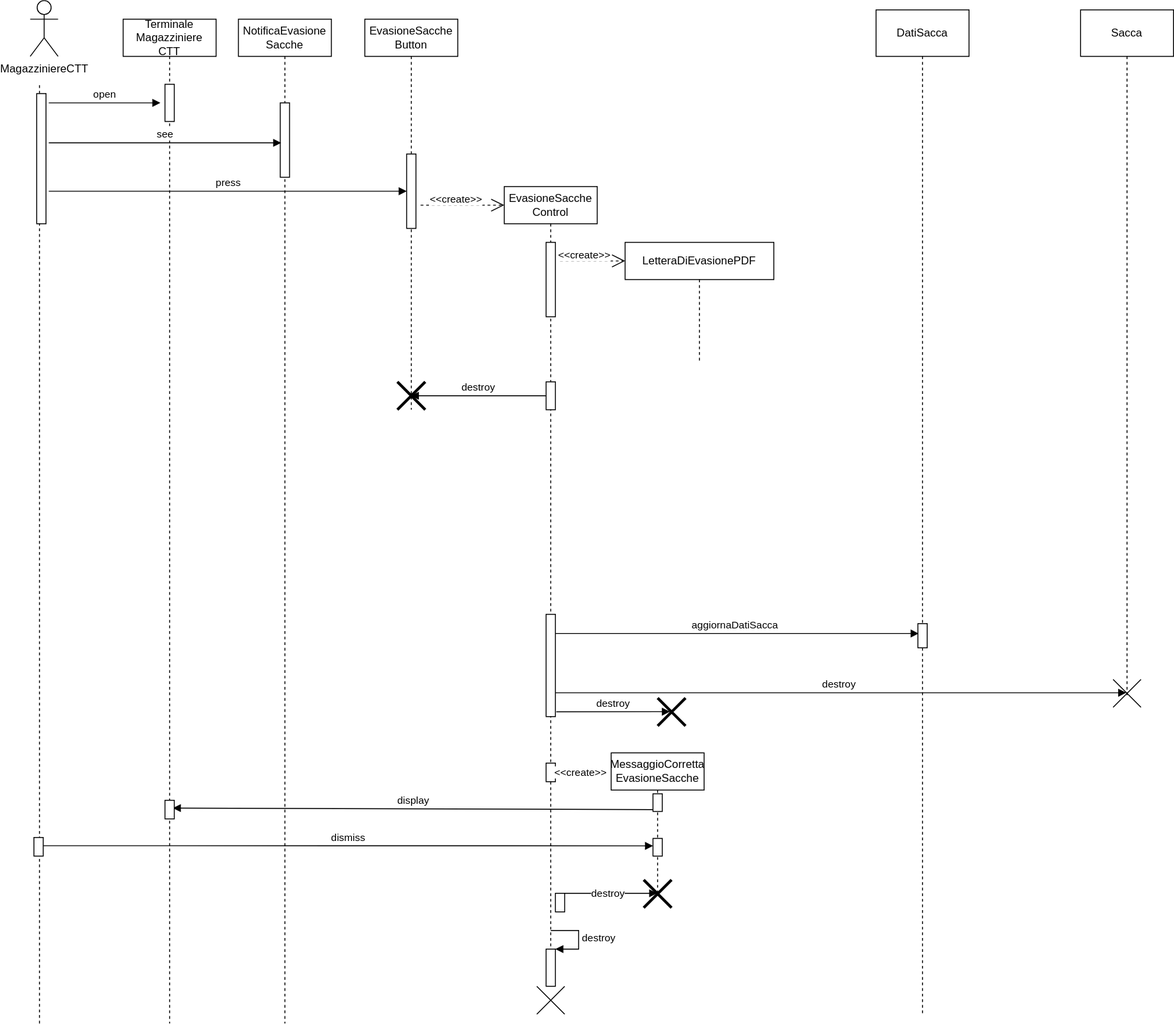
MarcoRuta/Sistema-gestione-CCS-CTT-UnaRegione keeps this draw.io diagram as System Definition/Editabili/Sequence diagrams/.svg/EvasioneSacche.svg. Above is the earlier version. Source tidied: cells renumbered, new cells last; positions are measured from the earlier drawing's top-left corner, leaving out a move shared by most shapes.
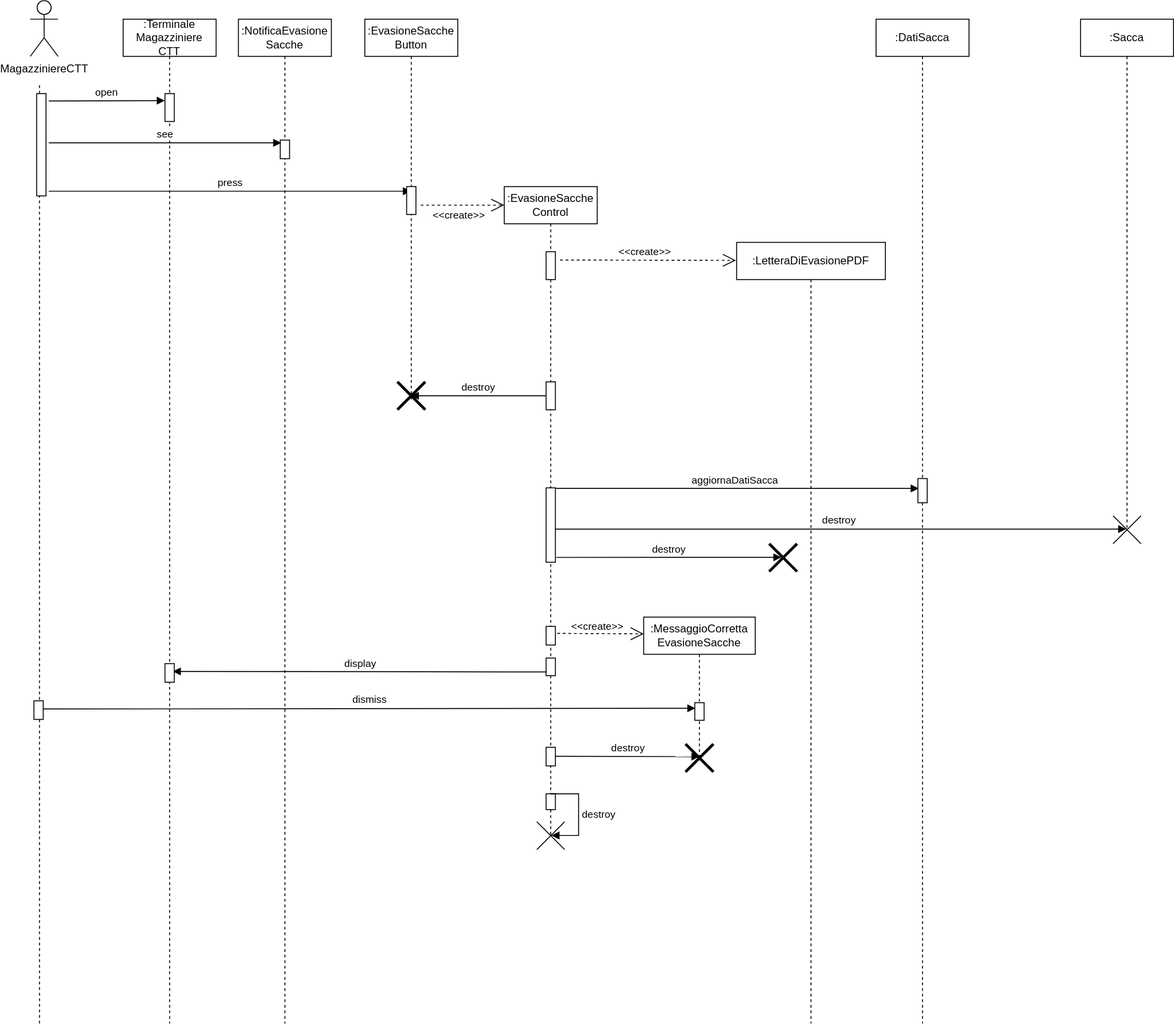
Above is the later version.

The edit, as a diff of the source:
```diff
@@ -2,17 +2,21 @@
   <root>
     <mxCell id="0" />
     <mxCell id="1" parent="0" />
-    <mxCell id="2" value="destroy" style="html=1;verticalAlign=bottom;endArrow=block;entryX=0.469;entryY=0.478;entryDx=0;entryDy=0;entryPerimeter=0;" parent="1" edge="1" source="21" target="42">
-      <mxGeometry relative="1" as="geometry" />
+    <mxCell id="2" value="destroy" style="html=1;verticalAlign=bottom;endArrow=block;entryX=0.469;entryY=0.478;entryDx=0;entryDy=0;entryPerimeter=0;" parent="1" edge="1" target="42">
+      <mxGeometry relative="1" as="geometry">
+        <mxPoint x="559.5" y="568.3" as="sourcePoint" />
+      </mxGeometry>
     </mxCell>
-    <mxCell id="3" value="aggiornaDatiSacca" style="html=1;verticalAlign=bottom;endArrow=block;entryX=0.08;entryY=0.408;entryDx=0;entryDy=0;entryPerimeter=0;" parent="1" edge="1" source="21" target="40">
-      <mxGeometry relative="1" as="geometry" />
+    <mxCell id="3" value="aggiornaDatiSacca" style="html=1;verticalAlign=bottom;endArrow=block;entryX=0.08;entryY=0.408;entryDx=0;entryDy=0;entryPerimeter=0;" parent="1" edge="1" target="40">
+      <mxGeometry relative="1" as="geometry">
+        <mxPoint x="559.5" y="524.6" as="sourcePoint" />
+      </mxGeometry>
     </mxCell>
-    <mxCell id="4" value="LetteraDiEvasionePDF" style="shape=umlLifeline;perimeter=lifelinePerimeter;whiteSpace=wrap;html=1;outlineConnect=0;" parent="1" vertex="1">
-      <mxGeometry x="640" y="260" width="160" height="130" as="geometry" />
+    <mxCell id="4" value=":LetteraDiEvasionePDF" style="shape=umlLifeline;perimeter=lifelinePerimeter;whiteSpace=wrap;html=1;outlineConnect=0;" parent="1" vertex="1">
+      <mxGeometry x="760" y="260" width="160" height="840" as="geometry" />
     </mxCell>
     <mxCell id="5" style="shape=umlDestroy;whiteSpace=wrap;html=1;strokeWidth=3;" parent="4" vertex="1">
-      <mxGeometry x="35" y="490" width="30" height="30" as="geometry" />
+      <mxGeometry x="35" y="324" width="30" height="30" as="geometry" />
     </mxCell>
     <mxCell id="6" value="MagazziniereCTT" style="shape=umlActor;verticalLabelPosition=bottom;verticalAlign=top;html=1;" parent="1" vertex="1">
       <mxGeometry width="30" height="60" as="geometry" />
@@ -23,25 +27,24 @@
       </mxGeometry>
     </mxCell>
     <mxCell id="8" style="html=1;points=[];perimeter=orthogonalPerimeter;" parent="1" vertex="1">
-      <mxGeometry x="7" y="100" width="10" height="140" as="geometry" />
+      <mxGeometry x="7" y="100" width="10" height="110" as="geometry" />
     </mxCell>
-    <mxCell id="9" value="Terminale Magazziniere CTT" style="shape=umlLifeline;perimeter=lifelinePerimeter;whiteSpace=wrap;html=1;" parent="1" vertex="1">
+    <mxCell id="9" value=":Terminale Magazziniere CTT" style="shape=umlLifeline;perimeter=lifelinePerimeter;whiteSpace=wrap;html=1;" parent="1" vertex="1">
       <mxGeometry x="100" y="20" width="100" height="1080" as="geometry" />
     </mxCell>
     <mxCell id="10" style="html=1;points=[];perimeter=orthogonalPerimeter;" parent="9" vertex="1">
-      <mxGeometry x="45" y="70" width="10" height="40" as="geometry" />
+      <mxGeometry x="45" y="80" width="10" height="30" as="geometry" />
     </mxCell>
-    <mxCell id="11" value="open" style="html=1;verticalAlign=bottom;endArrow=block;" parent="1" edge="1">
+    <mxCell id="11" value="open" style="html=1;verticalAlign=bottom;endArrow=block;entryX=-0.02;entryY=0.253;entryDx=0;entryDy=0;entryPerimeter=0;" parent="1" edge="1" target="10">
       <mxGeometry relative="1" as="geometry">
-        <mxPoint x="20" y="110" as="sourcePoint" />
-        <mxPoint x="140" y="110" as="targetPoint" />
+        <mxPoint x="20" y="108" as="sourcePoint" />
       </mxGeometry>
     </mxCell>
-    <mxCell id="12" value="NotificaEvasione Sacche" style="shape=umlLifeline;perimeter=lifelinePerimeter;whiteSpace=wrap;html=1;" parent="1" vertex="1">
+    <mxCell id="12" value=":NotificaEvasione Sacche" style="shape=umlLifeline;perimeter=lifelinePerimeter;whiteSpace=wrap;html=1;" parent="1" vertex="1">
       <mxGeometry x="224" y="20" width="100" height="1080" as="geometry" />
     </mxCell>
     <mxCell id="13" style="html=1;perimeter=orthogonalPerimeter;" parent="12" vertex="1">
-      <mxGeometry x="45" y="90" width="10" height="80" as="geometry" />
+      <mxGeometry x="45" y="130" width="10" height="20" as="geometry" />
     </mxCell>
     <mxCell id="14" value="see" style="html=1;verticalAlign=bottom;endArrow=block;" parent="1" edge="1">
       <mxGeometry relative="1" as="geometry">
@@ -49,16 +52,13 @@
         <mxPoint x="270" y="153" as="targetPoint" />
       </mxGeometry>
     </mxCell>
-    <mxCell id="15" value="EvasioneSacche&lt;br&gt;Button" style="shape=umlLifeline;perimeter=lifelinePerimeter;whiteSpace=wrap;html=1;outlineConnect=0;" parent="1" vertex="1">
-      <mxGeometry x="360" y="20" width="100" height="420" as="geometry" />
+    <mxCell id="15" value=":EvasioneSacche&lt;br&gt;Button" style="shape=umlLifeline;perimeter=lifelinePerimeter;whiteSpace=wrap;html=1;outlineConnect=0;" parent="1" vertex="1">
+      <mxGeometry x="360" y="20" width="100" height="410" as="geometry" />
     </mxCell>
-    <mxCell id="16" style="html=1;points=[];perimeter=orthogonalPerimeter;" parent="15" vertex="1">
-      <mxGeometry x="45" y="145" width="10" height="80" as="geometry" />
-    </mxCell>
     <mxCell id="17" style="shape=umlDestroy;whiteSpace=wrap;html=1;strokeWidth=3;" parent="15" vertex="1">
       <mxGeometry x="35" y="390" width="30" height="30" as="geometry" />
     </mxCell>
-    <mxCell id="18" value="press" style="html=1;verticalAlign=bottom;endArrow=block;entryX=0;entryY=0.5;entryDx=0;entryDy=0;entryPerimeter=0;" parent="1" edge="1" target="16">
+    <mxCell id="18" value="press" style="html=1;verticalAlign=bottom;endArrow=block;" parent="1" edge="1" target="15">
       <mxGeometry relative="1" as="geometry">
         <mxPoint x="20" y="205" as="sourcePoint" />
       </mxGeometry>
@@ -71,43 +71,35 @@
     </mxCell>
     <mxCell id="20" value="&amp;lt;&amp;lt;create&amp;gt;&amp;gt;" style="edgeLabel;html=1;align=center;verticalAlign=middle;" parent="19" vertex="1">
       <mxGeometry x="0.23" y="3" relative="1" as="geometry">
-        <mxPoint x="-18" y="-4" as="offset" />
+        <mxPoint x="-15" y="13" as="offset" />
       </mxGeometry>
     </mxCell>
-    <mxCell id="21" value="EvasioneSacche Control" style="shape=umlLifeline;perimeter=lifelinePerimeter;whiteSpace=wrap;html=1;outlineConnect=0;" parent="1" vertex="1">
-      <mxGeometry x="510" y="200" width="100" height="820" as="geometry" />
+    <mxCell id="21" value=":EvasioneSacche Control" style="shape=umlLifeline;perimeter=lifelinePerimeter;whiteSpace=wrap;html=1;outlineConnect=0;" parent="1" vertex="1">
+      <mxGeometry x="510" y="200" width="100" height="700" as="geometry" />
     </mxCell>
     <mxCell id="22" style="html=1;perimeter=orthogonalPerimeter;" parent="21" vertex="1">
-      <mxGeometry x="45" y="60" width="10" height="80" as="geometry" />
+      <mxGeometry x="45" y="70" width="10" height="30" as="geometry" />
     </mxCell>
     <mxCell id="23" style="html=1;perimeter=orthogonalPerimeter;" parent="21" vertex="1">
-      <mxGeometry x="45" y="620" width="10" height="20" as="geometry" />
+      <mxGeometry x="45" y="473" width="10" height="20" as="geometry" />
     </mxCell>
     <mxCell id="24" style="html=1;perimeter=orthogonalPerimeter;" parent="21" vertex="1">
-      <mxGeometry x="45" y="460" width="10" height="110" as="geometry" />
+      <mxGeometry x="45" y="324" width="10" height="80" as="geometry" />
     </mxCell>
-    <mxCell id="25" value="destroy" style="edgeStyle=orthogonalEdgeStyle;html=1;align=left;spacingLeft=2;endArrow=block;rounded=0;" parent="21" edge="1">
-      <mxGeometry x="-0.36" relative="1" as="geometry">
-        <mxPoint x="55" y="760" as="sourcePoint" />
-        <mxPoint x="164.5" y="760" as="targetPoint" />
-        <Array as="points">
-          <mxPoint x="130" y="760" />
-          <mxPoint x="130" y="760" />
-        </Array>
-      </mxGeometry>
-    </mxCell>
     <mxCell id="26" style="html=1;points=[];perimeter=orthogonalPerimeter;" parent="21" vertex="1">
       <mxGeometry x="45" y="210" width="10" height="30" as="geometry" />
     </mxCell>
+    <mxCell id="31" style="html=1;points=[];perimeter=orthogonalPerimeter;" parent="21" vertex="1">
+      <mxGeometry x="45" y="507" width="10" height="19" as="geometry" />
+    </mxCell>
-    <mxCell id="27" style="endArrow=open;dashed=1;endFill=0;endSize=12;html=1;" parent="1" edge="1">
+    <mxCell id="27" style="endArrow=open;dashed=1;endFill=0;endSize=12;html=1;entryX=-0.005;entryY=0.023;entryDx=0;entryDy=0;entryPerimeter=0;" parent="1" edge="1" target="4">
       <mxGeometry relative="1" as="geometry">
-        <mxPoint x="570" y="280" as="sourcePoint" />
-        <mxPoint x="640" y="280" as="targetPoint" />
+        <mxPoint x="570" y="279" as="sourcePoint" />
       </mxGeometry>
     </mxCell>
     <mxCell id="28" value="&amp;lt;&amp;lt;create&amp;gt;&amp;gt;" style="edgeLabel;html=1;align=center;verticalAlign=middle;" parent="27" vertex="1">
       <mxGeometry x="0.23" y="3" relative="1" as="geometry">
-        <mxPoint x="-18" y="-4" as="offset" />
+        <mxPoint x="-26" y="-7" as="offset" />
       </mxGeometry>
     </mxCell>
     <mxCell id="29" style="endArrow=none;dashed=1;html=1;" parent="1" edge="1" target="8">
@@ -115,76 +107,85 @@
         <mxPoint x="10" y="1100" as="sourcePoint" />
       </mxGeometry>
     </mxCell>
-    <mxCell id="30" value="MessaggioCorretta&lt;br&gt;EvasioneSacche" style="shape=umlLifeline;perimeter=lifelinePerimeter;whiteSpace=wrap;html=1;outlineConnect=0;" parent="1" vertex="1">
-      <mxGeometry x="625" y="809" width="100" height="151" as="geometry" />
+    <mxCell id="30" value=":MessaggioCorretta&lt;br&gt;EvasioneSacche" style="shape=umlLifeline;perimeter=lifelinePerimeter;whiteSpace=wrap;html=1;outlineConnect=0;" parent="1" vertex="1">
+      <mxGeometry x="660" y="663" width="120" height="151" as="geometry" />
     </mxCell>
-    <mxCell id="31" style="html=1;points=[];perimeter=orthogonalPerimeter;" parent="30" vertex="1">
-      <mxGeometry x="45" y="44" width="10" height="19" as="geometry" />
-    </mxCell>
     <mxCell id="32" style="html=1;points=[];perimeter=orthogonalPerimeter;" parent="30" vertex="1">
-      <mxGeometry x="45" y="92" width="10" height="19" as="geometry" />
+      <mxGeometry x="55" y="92" width="10" height="19" as="geometry" />
     </mxCell>
     <mxCell id="33" style="shape=umlDestroy;whiteSpace=wrap;html=1;strokeWidth=3;" parent="30" vertex="1">
-      <mxGeometry x="35" y="136.5" width="30" height="30" as="geometry" />
+      <mxGeometry x="45" y="136.5" width="30" height="30" as="geometry" />
     </mxCell>
-    <mxCell id="34" value="display" style="html=1;verticalAlign=bottom;endArrow=block;entryX=0.847;entryY=0.418;entryDx=0;entryDy=0;entryPerimeter=0;" parent="1" edge="1" target="35">
-      <mxGeometry relative="1" as="geometry">
-        <mxPoint x="670" y="870" as="sourcePoint" />
-      </mxGeometry>
+    <mxCell id="34" value="display" style="html=1;verticalAlign=bottom;endArrow=block;entryX=0.847;entryY=0.418;entryDx=0;entryDy=0;entryPerimeter=0;exitX=0.06;exitY=0.789;exitDx=0;exitDy=0;exitPerimeter=0;" parent="1" edge="1" source="31" target="35">
+      <mxGeometry relative="1" as="geometry" />
     </mxCell>
     <mxCell id="35" style="html=1;points=[];perimeter=orthogonalPerimeter;" parent="1" vertex="1">
-      <mxGeometry x="145" y="860" width="10" height="20" as="geometry" />
+      <mxGeometry x="145" y="713" width="10" height="20" as="geometry" />
     </mxCell>
     <mxCell id="36" style="html=1;perimeter=orthogonalPerimeter;" parent="1" vertex="1">
-      <mxGeometry x="4" y="900" width="10" height="20" as="geometry" />
+      <mxGeometry x="4" y="753" width="10" height="20" as="geometry" />
     </mxCell>
-    <mxCell id="37" value="dismiss" style="html=1;verticalAlign=bottom;endArrow=block;" parent="1" edge="1">
+    <mxCell id="37" value="dismiss" style="html=1;verticalAlign=bottom;endArrow=block;entryX=0.06;entryY=0.316;entryDx=0;entryDy=0;entryPerimeter=0;" parent="1" edge="1" target="32">
       <mxGeometry relative="1" as="geometry">
-        <mxPoint x="14" y="908.8" as="sourcePoint" />
-        <mxPoint x="670" y="909" as="targetPoint" />
+        <mxPoint x="14" y="761.8" as="sourcePoint" />
       </mxGeometry>
     </mxCell>
     <mxCell id="38" value="destroy" style="html=1;verticalAlign=bottom;endArrow=block;entryX=0.438;entryY=0.49;entryDx=0;entryDy=0;entryPerimeter=0;" parent="1" edge="1" target="5">
       <mxGeometry relative="1" as="geometry">
-        <mxPoint x="566" y="764.8" as="sourcePoint" />
+        <mxPoint x="566" y="598.8" as="sourcePoint" />
       </mxGeometry>
     </mxCell>
-    <mxCell id="39" value="DatiSacca" style="shape=umlLifeline;perimeter=lifelinePerimeter;whiteSpace=wrap;html=1;size=50;" parent="1" vertex="1">
-      <mxGeometry x="910" y="10" width="100" height="1080" as="geometry" />
+    <mxCell id="39" value=":DatiSacca" style="shape=umlLifeline;perimeter=lifelinePerimeter;whiteSpace=wrap;html=1;size=40;" parent="1" vertex="1">
+      <mxGeometry x="910" y="20" width="100" height="1080" as="geometry" />
     </mxCell>
     <mxCell id="40" style="html=1;points=[];perimeter=orthogonalPerimeter;" parent="39" vertex="1">
-      <mxGeometry x="45" y="660" width="10" height="26" as="geometry" />
+      <mxGeometry x="45" y="494" width="10" height="26" as="geometry" />
     </mxCell>
-    <mxCell id="41" value="Sacca" style="shape=umlLifeline;perimeter=lifelinePerimeter;whiteSpace=wrap;html=1;size=50;" parent="1" vertex="1">
-      <mxGeometry x="1130" y="10" width="100" height="740" as="geometry" />
+    <mxCell id="41" value=":Sacca" style="shape=umlLifeline;perimeter=lifelinePerimeter;whiteSpace=wrap;html=1;size=40;" parent="1" vertex="1">
+      <mxGeometry x="1130" y="20" width="100" height="550" as="geometry" />
     </mxCell>
     <mxCell id="42" style="shape=umlDestroy;whiteSpace=wrap;html=1;strokeWidth=1;" parent="41" vertex="1">
-      <mxGeometry x="35" y="720" width="30" height="30" as="geometry" />
+      <mxGeometry x="35" y="534" width="30" height="30" as="geometry" />
     </mxCell>
     <mxCell id="43" style="html=1;points=[];perimeter=orthogonalPerimeter;" parent="1" vertex="1">
-      <mxGeometry x="555" y="1020" width="10" height="40" as="geometry" />
+      <mxGeometry x="555" y="853" width="10" height="17" as="geometry" />
     </mxCell>
-    <mxCell id="44" value="destroy" style="edgeStyle=orthogonalEdgeStyle;html=1;align=left;spacingLeft=2;endArrow=block;rounded=0;entryX=1;entryY=0;" parent="1" edge="1" target="43">
+    <mxCell id="44" value="destroy" style="edgeStyle=orthogonalEdgeStyle;html=1;align=left;spacingLeft=2;endArrow=block;rounded=0;entryX=0.527;entryY=0.493;entryDx=0;entryDy=0;entryPerimeter=0;" parent="1" edge="1" target="45">
       <mxGeometry relative="1" as="geometry">
-        <mxPoint x="560" y="1000" as="sourcePoint" />
+        <mxPoint x="560" y="853" as="sourcePoint" />
         <Array as="points">
-          <mxPoint x="590" y="1000" />
+          <mxPoint x="590" y="853" />
+          <mxPoint x="590" y="898" />
         </Array>
       </mxGeometry>
     </mxCell>
     <mxCell id="45" style="shape=umlDestroy;whiteSpace=wrap;html=1;strokeWidth=1;" parent="1" vertex="1">
-      <mxGeometry x="545" y="1060" width="30" height="30" as="geometry" />
+      <mxGeometry x="545" y="883" width="30" height="30" as="geometry" />
     </mxCell>
     <mxCell id="46" style="html=1;perimeter=orthogonalPerimeter;" parent="1" vertex="1">
-      <mxGeometry x="565" y="960" width="10" height="20" as="geometry" />
+      <mxGeometry x="555" y="803" width="10" height="20" as="geometry" />
     </mxCell>
+    <mxCell id="48" value="destroy" style="html=1;verticalAlign=bottom;endArrow=block;" parent="1" edge="1" source="26" target="15">
+      <mxGeometry relative="1" as="geometry" />
+    </mxCell>
+    <mxCell id="16" style="html=1;points=[];perimeter=orthogonalPerimeter;" parent="1" vertex="1">
+      <mxGeometry x="405" y="200" width="10" height="30" as="geometry" />
+    </mxCell>
+    <mxCell id="49" style="endArrow=open;dashed=1;endFill=0;endSize=12;html=1;entryX=0;entryY=0.119;entryDx=0;entryDy=0;entryPerimeter=0;" parent="1" edge="1" target="30">
+      <mxGeometry relative="1" as="geometry">
+        <mxPoint x="567" y="680.5" as="sourcePoint" />
+      </mxGeometry>
+    </mxCell>
-    <mxCell id="47" value="&amp;lt;&amp;lt;create&amp;gt;&amp;gt;" style="edgeLabel;html=1;align=center;verticalAlign=middle;" parent="1" vertex="1">
-      <mxGeometry x="610" y="283" as="geometry">
-        <mxPoint x="-19" y="546" as="offset" />
+    <mxCell id="47" value="&amp;lt;&amp;lt;create&amp;gt;&amp;gt;" style="edgeLabel;html=1;align=center;verticalAlign=middle;" parent="49" vertex="1">
+      <mxGeometry x="0.23" y="3" relative="1" as="geometry">
+        <mxPoint x="-14" y="-5" as="offset" />
       </mxGeometry>
     </mxCell>
-    <mxCell id="48" value="destroy" style="html=1;verticalAlign=bottom;endArrow=block;" parent="1" edge="1" source="26" target="15">
-      <mxGeometry relative="1" as="geometry" />
-    </mxCell>
+    <mxCell id="25" value="destroy" style="html=1;verticalAlign=bottom;endArrow=block;" parent="1" edge="1">
+      <mxGeometry relative="1" as="geometry">
+        <mxPoint x="565" y="812.6" as="sourcePoint" />
+        <mxPoint x="720" y="813" as="targetPoint" />
+      </mxGeometry>
+    </mxCell>
   </root>
 </mxGraphModel>
```
